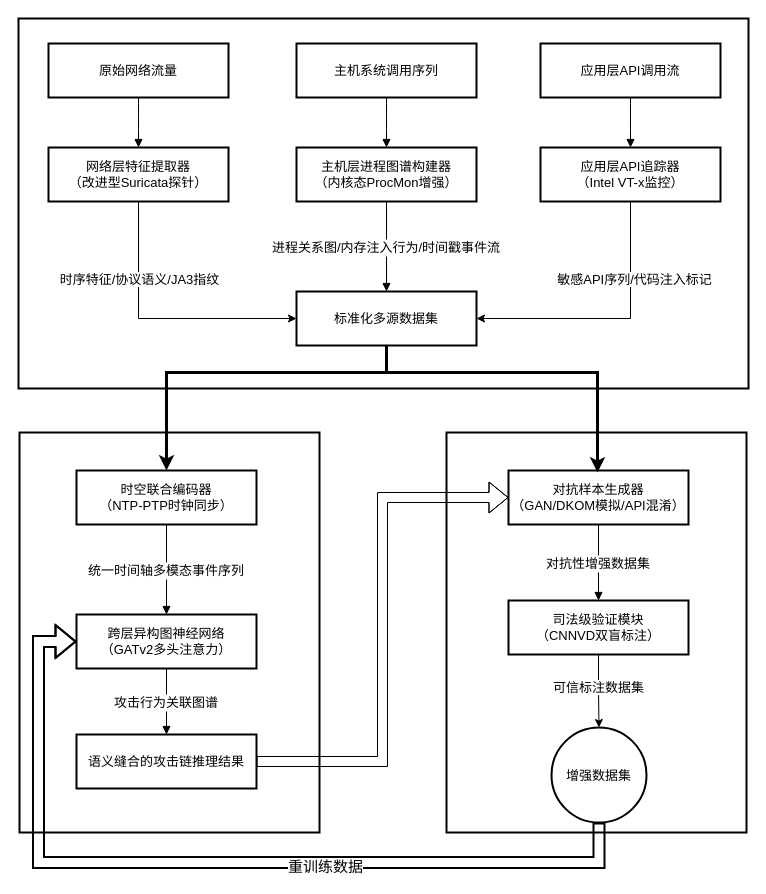
shanhuaV/shanhuaV.github.io keeps this draw.io diagram as 多源数据攻击行为表征与关联分析.drawio. Above is the earlier version. Source tidied: cells renumbered, new cells numbered last; positions are measured from the earlier drawing's top-left corner, leaving out a move shared by most shapes. Both pictures are drawn from the tidied source at 100%, with x=0, y=0 at pixel (18, 18).
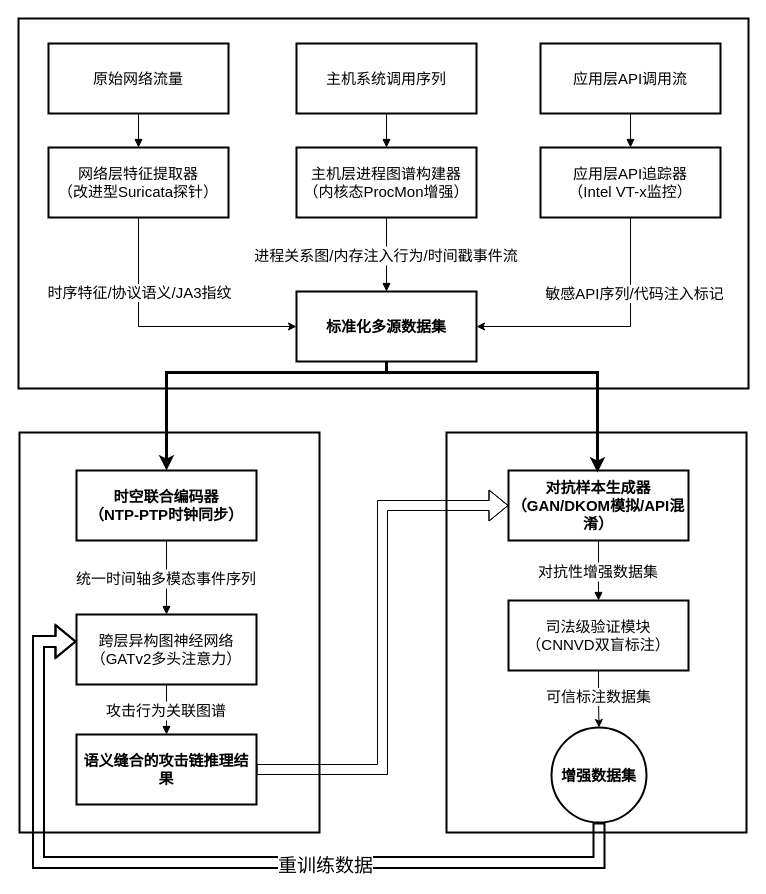
The same diagram, later.

Commit message:
更新多源数据攻击行为表征与关联分析.drawio

Change to the diagram source:
```diff
@@
-    <mxCell id="2" style="whiteSpace=wrap;strokeWidth=2;fontSize=13;" parent="1" vertex="1">
+    <mxCell id="2" style="whiteSpace=wrap;strokeWidth=2;fontSize=15;" parent="1" vertex="1">
       <mxGeometry x="1" y="414" width="300" height="400" as="geometry" />
     </mxCell>
-    <mxCell id="3" style="whiteSpace=wrap;strokeWidth=2;fontSize=13;" parent="1" vertex="1">
+    <mxCell id="3" style="whiteSpace=wrap;strokeWidth=2;fontSize=15;" parent="1" vertex="1">
       <mxGeometry x="428" y="414" width="300" height="400" as="geometry" />
     </mxCell>
-    <mxCell id="4" style="whiteSpace=wrap;strokeWidth=2;fontSize=13;" parent="1" vertex="1">
+    <mxCell id="4" style="whiteSpace=wrap;strokeWidth=2;fontSize=15;" parent="1" vertex="1">
       <mxGeometry width="730" height="370" as="geometry" />
     </mxCell>
-    <mxCell id="5" value="原始网络流量" style="whiteSpace=wrap;strokeWidth=2;fontSize=13;" parent="1" vertex="1">
-      <mxGeometry x="30" y="25" width="180" height="54" as="geometry" />
+    <mxCell id="5" value="原始网络流量" style="whiteSpace=wrap;strokeWidth=2;fontSize=15;" parent="1" vertex="1">
+      <mxGeometry x="30" y="25" width="180" height="70" as="geometry" />
     </mxCell>
-    <mxCell id="6" style="edgeStyle=orthogonalEdgeStyle;rounded=0;jettySize=auto;html=1;entryX=0;entryY=0.5;entryDx=0;entryDy=0;exitX=0.5;exitY=1;exitDx=0;exitDy=0;fontSize=13;" parent="1" edge="1" source="8" target="10">
+    <mxCell id="6" style="edgeStyle=orthogonalEdgeStyle;rounded=0;jettySize=auto;html=1;entryX=0;entryY=0.5;entryDx=0;entryDy=0;exitX=0.5;exitY=1;exitDx=0;exitDy=0;fontSize=15;" parent="1" edge="1" source="8" target="10">
       <mxGeometry relative="1" as="geometry" />
     </mxCell>
-    <mxCell id="7" value="时序特征/协议语义/JA3指纹" style="edgeLabel;html=1;align=center;verticalAlign=middle;fontSize=13;" parent="6" vertex="1">
+    <mxCell id="7" value="时序特征/协议语义/JA3指纹" style="edgeLabel;html=1;align=center;verticalAlign=middle;fontSize=15;" parent="6" vertex="1">
       <mxGeometry x="-0.45" relative="1" as="geometry">
         <mxPoint y="1" as="offset" />
       </mxGeometry>
     </mxCell>
-    <mxCell id="8" value="网络层特征提取器&#10;（改进型Suricata探针）" style="whiteSpace=wrap;strokeWidth=2;fontSize=13;" parent="1" vertex="1">
-      <mxGeometry x="30" y="129" width="180" height="54" as="geometry" />
+    <mxCell id="8" value="网络层特征提取器&#10;（改进型Suricata探针）" style="whiteSpace=wrap;strokeWidth=2;fontSize=15;" parent="1" vertex="1">
+      <mxGeometry x="30" y="129" width="180" height="70" as="geometry" />
     </mxCell>
-    <mxCell id="9" style="edgeStyle=orthogonalEdgeStyle;rounded=0;jettySize=auto;html=1;strokeWidth=3;" parent="1" edge="1" source="10" target="17">
+    <mxCell id="9" style="edgeStyle=orthogonalEdgeStyle;rounded=0;jettySize=auto;html=1;strokeWidth=3;fontSize=15;" parent="1" edge="1" source="10" target="17">
       <mxGeometry relative="1" as="geometry">
         <Array as="points">
           <mxPoint x="368" y="354" />
           <mxPoint x="148" y="354" />
         </Array>
       </mxGeometry>
     </mxCell>
-    <mxCell id="10" value="标准化多源数据集" style="whiteSpace=wrap;strokeWidth=2;fontSize=13;" parent="1" vertex="1">
-      <mxGeometry x="278" y="273" width="180" height="54" as="geometry" />
+    <mxCell id="10" value="标准化多源数据集" style="whiteSpace=wrap;strokeWidth=2;fontSize=15;fontStyle=1;" parent="1" vertex="1">
+      <mxGeometry x="278" y="273" width="180" height="70" as="geometry" />
     </mxCell>
-    <mxCell id="11" value="主机系统调用序列" style="whiteSpace=wrap;strokeWidth=2;fontSize=13;" parent="1" vertex="1">
-      <mxGeometry x="278" y="25" width="180" height="54" as="geometry" />
+    <mxCell id="11" value="主机系统调用序列" style="whiteSpace=wrap;strokeWidth=2;fontSize=15;" parent="1" vertex="1">
+      <mxGeometry x="278" y="25" width="180" height="70" as="geometry" />
     </mxCell>
-    <mxCell id="12" value="主机层进程图谱构建器&#10;（内核态ProcMon增强）" style="whiteSpace=wrap;strokeWidth=2;fontSize=13;" parent="1" vertex="1">
-      <mxGeometry x="278" y="129" width="180" height="54" as="geometry" />
+    <mxCell id="12" value="主机层进程图谱构建器&#10;（内核态ProcMon增强）" style="whiteSpace=wrap;strokeWidth=2;fontSize=15;" parent="1" vertex="1">
+      <mxGeometry x="278" y="129" width="180" height="70" as="geometry" />
     </mxCell>
-    <mxCell id="13" value="应用层API调用流" style="whiteSpace=wrap;strokeWidth=2;fontSize=13;" parent="1" vertex="1">
-      <mxGeometry x="522" y="25" width="180" height="54" as="geometry" />
+    <mxCell id="13" value="应用层API调用流" style="whiteSpace=wrap;strokeWidth=2;fontSize=15;" parent="1" vertex="1">
+      <mxGeometry x="522" y="25" width="180" height="70" as="geometry" />
     </mxCell>
-    <mxCell id="14" style="edgeStyle=orthogonalEdgeStyle;rounded=0;jettySize=auto;html=1;entryX=1;entryY=0.5;entryDx=0;entryDy=0;exitX=0.5;exitY=1;exitDx=0;exitDy=0;fontSize=13;" parent="1" edge="1" source="16" target="10">
+    <mxCell id="14" style="edgeStyle=orthogonalEdgeStyle;rounded=0;jettySize=auto;html=1;entryX=1;entryY=0.5;entryDx=0;entryDy=0;exitX=0.5;exitY=1;exitDx=0;exitDy=0;fontSize=15;" parent="1" edge="1" source="16" target="10">
       <mxGeometry relative="1" as="geometry" />
     </mxCell>
-    <mxCell id="15" value="敏感API序列/代码注入标记" style="edgeLabel;html=1;align=center;verticalAlign=middle;fontSize=13;" parent="14" vertex="1">
+    <mxCell id="15" value="敏感API序列/代码注入标记" style="edgeLabel;html=1;align=center;verticalAlign=middle;fontSize=15;" parent="14" vertex="1">
       <mxGeometry x="-0.44" y="3" relative="1" as="geometry">
         <mxPoint y="1" as="offset" />
       </mxGeometry>
     </mxCell>
-    <mxCell id="16" value="应用层API追踪器&#10;（Intel VT-x监控）" style="whiteSpace=wrap;strokeWidth=2;fontSize=13;" parent="1" vertex="1">
-      <mxGeometry x="522" y="129" width="180" height="54" as="geometry" />
+    <mxCell id="16" value="应用层API追踪器&#10;（Intel VT-x监控）" style="whiteSpace=wrap;strokeWidth=2;fontSize=15;" parent="1" vertex="1">
+      <mxGeometry x="522" y="129" width="180" height="70" as="geometry" />
     </mxCell>
-    <mxCell id="17" value="时空联合编码器&#10;（NTP-PTP时钟同步）" style="whiteSpace=wrap;strokeWidth=2;fontSize=13;" parent="1" vertex="1">
-      <mxGeometry x="58" y="452" width="180" height="54" as="geometry" />
+    <mxCell id="17" value="时空联合编码器&#10;（NTP-PTP时钟同步）" style="whiteSpace=wrap;strokeWidth=2;fontSize=15;fontStyle=1;" parent="1" vertex="1">
+      <mxGeometry x="58" y="452" width="180" height="70" as="geometry" />
     </mxCell>
-    <mxCell id="18" value="跨层异构图神经网络&#10;（GATv2多头注意力）" style="whiteSpace=wrap;strokeWidth=2;fontSize=13;" parent="1" vertex="1">
-      <mxGeometry x="58" y="596" width="180" height="54" as="geometry" />
+    <mxCell id="18" value="跨层异构图神经网络&#10;（GATv2多头注意力）" style="whiteSpace=wrap;strokeWidth=2;fontSize=15;" parent="1" vertex="1">
+      <mxGeometry x="58" y="596" width="180" height="70" as="geometry" />
     </mxCell>
-    <mxCell id="19" style="edgeStyle=orthogonalEdgeStyle;rounded=0;jettySize=auto;html=1;entryX=0;entryY=0.5;entryDx=0;entryDy=0;shape=flexArrow;fontSize=13;" parent="1" edge="1" source="20" target="21">
+    <mxCell id="19" style="edgeStyle=orthogonalEdgeStyle;rounded=0;jettySize=auto;html=1;entryX=0;entryY=0.5;entryDx=0;entryDy=0;shape=flexArrow;fontSize=15;" parent="1" edge="1" source="20" target="21">
       <mxGeometry relative="1" as="geometry" />
     </mxCell>
-    <mxCell id="20" value="语义缝合的攻击链推理结果" style="whiteSpace=wrap;strokeWidth=2;fontSize=13;" parent="1" vertex="1">
-      <mxGeometry x="58" y="716" width="180" height="54" as="geometry" />
+    <mxCell id="20" value="语义缝合的攻击链推理结果" style="whiteSpace=wrap;strokeWidth=2;fontSize=15;fontStyle=1;" parent="1" vertex="1">
+      <mxGeometry x="58" y="716" width="180" height="70" as="geometry" />
     </mxCell>
-    <mxCell id="21" value="对抗样本生成器&#10;（GAN/DKOM模拟/API混淆）" style="whiteSpace=wrap;strokeWidth=2;fontSize=13;" parent="1" vertex="1">
-      <mxGeometry x="490" y="452" width="180" height="54" as="geometry" />
+    <mxCell id="21" value="对抗样本生成器&#10;（GAN/DKOM模拟/API混淆）" style="whiteSpace=wrap;strokeWidth=2;fontSize=15;fontStyle=1;" parent="1" vertex="1">
+      <mxGeometry x="490" y="452" width="180" height="70" as="geometry" />
     </mxCell>
-    <mxCell id="22" style="edgeStyle=orthogonalEdgeStyle;rounded=0;jettySize=auto;html=1;entryX=0.5;entryY=0;entryDx=0;entryDy=0;fontSize=13;" parent="1" edge="1" source="24" target="27">
+    <mxCell id="22" style="edgeStyle=orthogonalEdgeStyle;rounded=0;jettySize=auto;html=1;entryX=0.5;entryY=0;entryDx=0;entryDy=0;fontSize=15;" parent="1" edge="1" source="24" target="27">
       <mxGeometry relative="1" as="geometry" />
     </mxCell>
-    <mxCell id="23" value="可信标注数据集" style="edgeLabel;html=1;align=center;verticalAlign=middle;fontSize=13;" parent="22" vertex="1">
+    <mxCell id="23" value="可信标注数据集" style="edgeLabel;html=1;align=center;verticalAlign=middle;fontSize=15;" parent="22" vertex="1">
       <mxGeometry x="-0.14" y="-1" relative="1" as="geometry" />
     </mxCell>
-    <mxCell id="24" value="司法级验证模块&#10;（CNNVD双盲标注）" style="whiteSpace=wrap;strokeWidth=2;fontSize=13;" parent="1" vertex="1">
-      <mxGeometry x="490" y="582" width="180" height="54" as="geometry" />
+    <mxCell id="24" value="司法级验证模块&#10;（CNNVD双盲标注）" style="whiteSpace=wrap;strokeWidth=2;fontSize=15;" parent="1" vertex="1">
+      <mxGeometry x="490" y="582" width="180" height="70" as="geometry" />
     </mxCell>
-    <mxCell id="25" style="edgeStyle=orthogonalEdgeStyle;rounded=0;jettySize=auto;html=1;entryX=0;entryY=0.5;entryDx=0;entryDy=0;shape=flexArrow;strokeWidth=2;fontSize=13;" parent="1" edge="1" source="27" target="18">
+    <mxCell id="25" style="edgeStyle=orthogonalEdgeStyle;rounded=0;jettySize=auto;html=1;shape=flexArrow;strokeWidth=2;fontSize=15;" parent="1" edge="1" source="27" target="18">
       <mxGeometry relative="1" as="geometry">
         <Array as="points">
           <mxPoint x="580" y="844" />
           <mxPoint x="20" y="844" />
           <mxPoint x="20" y="623" />
         </Array>
       </mxGeometry>
     </mxCell>
-    <mxCell id="26" value="重训练数据" style="edgeLabel;html=1;align=center;verticalAlign=middle;fontSize=15;" parent="25" vertex="1">
+    <mxCell id="26" value="重训练数据" style="edgeLabel;html=1;align=center;verticalAlign=middle;fontSize=19;" parent="25" vertex="1">
       <mxGeometry x="-0.27" y="3" relative="1" as="geometry" />
     </mxCell>
-    <mxCell id="27" value="增强数据集" style="ellipse;strokeWidth=2;whiteSpace=wrap;fontSize=13;" parent="1" vertex="1">
+    <mxCell id="27" value="增强数据集" style="ellipse;strokeWidth=2;whiteSpace=wrap;fontSize=15;fontStyle=1;" parent="1" vertex="1">
       <mxGeometry x="533" y="709" width="95" height="95" as="geometry" />
     </mxCell>
-    <mxCell id="28" style="whiteSpace=wrap;strokeWidth=2;fontSize=13;" parent="1" vertex="1">
+    <mxCell id="28" style="whiteSpace=wrap;strokeWidth=2;fontSize=15;" parent="1" vertex="1">
       <mxGeometry x="30" y="300" as="geometry" />
     </mxCell>
-    <mxCell id="29" style="whiteSpace=wrap;strokeWidth=2;fontSize=13;" parent="1" vertex="1">
+    <mxCell id="29" style="whiteSpace=wrap;strokeWidth=2;fontSize=15;" parent="1" vertex="1">
       <mxGeometry x="362" y="414" as="geometry" />
     </mxCell>
-    <mxCell id="30" style="whiteSpace=wrap;strokeWidth=2;fontSize=13;" parent="1" vertex="1">
+    <mxCell id="30" style="whiteSpace=wrap;strokeWidth=2;fontSize=15;" parent="1" vertex="1">
       <mxGeometry x="394" y="300" as="geometry" />
     </mxCell>
-    <mxCell id="31" style="whiteSpace=wrap;strokeWidth=2;fontSize=13;" parent="1" vertex="1">
+    <mxCell id="31" style="whiteSpace=wrap;strokeWidth=2;fontSize=15;" parent="1" vertex="1">
       <mxGeometry x="394" y="435" as="geometry" />
     </mxCell>
-    <mxCell id="32" style="whiteSpace=wrap;strokeWidth=2;fontSize=13;" parent="1" vertex="1">
+    <mxCell id="32" style="whiteSpace=wrap;strokeWidth=2;fontSize=15;" parent="1" vertex="1">
       <mxGeometry x="721" y="300" as="geometry" />
     </mxCell>
-    <mxCell id="33" style="whiteSpace=wrap;strokeWidth=2;fontSize=13;" parent="1" vertex="1">
+    <mxCell id="33" style="whiteSpace=wrap;strokeWidth=2;fontSize=15;" parent="1" vertex="1">
       <mxGeometry x="580" y="428" as="geometry" />
     </mxCell>
-    <mxCell id="34" style="whiteSpace=wrap;strokeWidth=2;fontSize=13;" parent="1" vertex="1">
+    <mxCell id="34" style="whiteSpace=wrap;strokeWidth=2;fontSize=15;" parent="1" vertex="1">
       <mxGeometry x="212" y="638" as="geometry" />
     </mxCell>
-    <mxCell id="35" style="whiteSpace=wrap;strokeWidth=2;fontSize=13;" parent="1" vertex="1">
+    <mxCell id="35" style="whiteSpace=wrap;strokeWidth=2;fontSize=15;" parent="1" vertex="1">
       <mxGeometry x="230" y="764" as="geometry" />
     </mxCell>
-    <mxCell id="36" style="whiteSpace=wrap;strokeWidth=2;fontSize=13;" parent="1" vertex="1">
+    <mxCell id="36" style="whiteSpace=wrap;strokeWidth=2;fontSize=15;" parent="1" vertex="1">
       <mxGeometry y="764" as="geometry" />
     </mxCell>
-    <mxCell id="37" style="whiteSpace=wrap;strokeWidth=2;fontSize=13;" parent="1" vertex="1">
+    <mxCell id="37" style="whiteSpace=wrap;strokeWidth=2;fontSize=15;" parent="1" vertex="1">
       <mxGeometry x="653" y="643" as="geometry" />
     </mxCell>
-    <mxCell id="38" style="whiteSpace=wrap;strokeWidth=2;fontSize=13;" parent="1" vertex="1">
+    <mxCell id="38" style="whiteSpace=wrap;strokeWidth=2;fontSize=15;" parent="1" vertex="1">
       <mxGeometry x="708" y="790" as="geometry" />
     </mxCell>
-    <mxCell id="39" style="whiteSpace=wrap;strokeWidth=2;fontSize=13;" parent="1" vertex="1">
+    <mxCell id="39" style="whiteSpace=wrap;strokeWidth=2;fontSize=15;" parent="1" vertex="1">
       <mxGeometry x="465" y="790" as="geometry" />
     </mxCell>
-    <mxCell id="40" style="curved=1;startArrow=none;endArrow=block;exitX=0.5;exitY=1;entryX=0.5;entryY=0;rounded=0;fontSize=13;" parent="1" edge="1" source="5" target="8">
+    <mxCell id="40" style="curved=1;startArrow=none;endArrow=block;exitX=0.5;exitY=1;entryX=0.5;entryY=0;rounded=0;fontSize=15;" parent="1" edge="1" source="5" target="8">
       <mxGeometry relative="1" as="geometry" />
     </mxCell>
-    <mxCell id="41" style="curved=1;startArrow=none;endArrow=block;exitX=0.5;exitY=1;entryX=0.5;entryY=0;rounded=0;fontSize=13;" parent="1" edge="1" source="11" target="12">
+    <mxCell id="41" style="curved=1;startArrow=none;endArrow=block;exitX=0.5;exitY=1;entryX=0.5;entryY=0;rounded=0;fontSize=15;" parent="1" edge="1" source="11" target="12">
       <mxGeometry relative="1" as="geometry" />
     </mxCell>
-    <mxCell id="42" value="进程关系图/内存注入行为/时间戳事件流" style="startArrow=none;endArrow=block;exitX=0.5;exitY=1;entryX=0.5;entryY=0;rounded=0;exitDx=0;exitDy=0;fontSize=13;" parent="1" edge="1" source="12" target="10">
+    <mxCell id="42" value="进程关系图/内存注入行为/时间戳事件流" style="startArrow=none;endArrow=block;exitX=0.5;exitY=1;entryX=0.5;entryY=0;rounded=0;exitDx=0;exitDy=0;fontSize=15;" parent="1" edge="1" source="12" target="10">
       <mxGeometry relative="1" as="geometry" />
     </mxCell>
-    <mxCell id="43" style="curved=1;startArrow=none;endArrow=block;exitX=0.5;exitY=1;entryX=0.5;entryY=0;rounded=0;fontSize=13;" parent="1" edge="1" source="13" target="16">
+    <mxCell id="43" style="curved=1;startArrow=none;endArrow=block;exitX=0.5;exitY=1;entryX=0.5;entryY=0;rounded=0;fontSize=15;" parent="1" edge="1" source="13" target="16">
       <mxGeometry relative="1" as="geometry" />
     </mxCell>
-    <mxCell id="44" value="统一时间轴多模态事件序列" style="startArrow=none;endArrow=block;exitX=0.5;exitY=1;entryX=0.5;entryY=-0.01;rounded=0;fontSize=13;exitDx=0;exitDy=0;" parent="1" edge="1" source="17" target="18">
+    <mxCell id="44" value="统一时间轴多模态事件序列" style="startArrow=none;endArrow=block;exitX=0.5;exitY=1;entryX=0.5;entryY=-0.01;rounded=0;fontSize=15;exitDx=0;exitDy=0;" parent="1" edge="1" source="17" target="18">
       <mxGeometry relative="1" as="geometry" />
     </mxCell>
-    <mxCell id="45" value="攻击行为关联图谱" style="startArrow=none;endArrow=block;exitX=0.5;exitY=1;entryX=0.5;entryY=0;rounded=0;fontSize=13;exitDx=0;exitDy=0;" parent="1" edge="1" source="18" target="20">
+    <mxCell id="45" value="攻击行为关联图谱" style="startArrow=none;endArrow=block;exitX=0.5;exitY=1;entryX=0.5;entryY=0;rounded=0;fontSize=15;exitDx=0;exitDy=0;" parent="1" edge="1" source="18" target="20">
       <mxGeometry relative="1" as="geometry" />
     </mxCell>
-    <mxCell id="46" value="对抗性增强数据集" style="startArrow=none;endArrow=block;exitX=0.5;exitY=1;entryX=0.5;entryY=-0.01;rounded=0;exitDx=0;exitDy=0;fontSize=13;" parent="1" edge="1" source="21" target="24">
+    <mxCell id="46" value="对抗性增强数据集" style="startArrow=none;endArrow=block;exitX=0.5;exitY=1;entryX=0.5;entryY=-0.01;rounded=0;exitDx=0;exitDy=0;fontSize=15;" parent="1" edge="1" source="21" target="24">
       <mxGeometry relative="1" as="geometry" />
     </mxCell>
-    <mxCell id="47" style="edgeStyle=orthogonalEdgeStyle;rounded=0;jettySize=auto;html=1;strokeWidth=3;" parent="1" edge="1" source="10">
+    <mxCell id="47" style="edgeStyle=orthogonalEdgeStyle;rounded=0;jettySize=auto;html=1;strokeWidth=3;fontSize=15;" parent="1" edge="1" source="10">
       <mxGeometry relative="1" as="geometry">
         <mxPoint x="579" y="454" as="targetPoint" />
         <Array as="points">
           <mxPoint x="368" y="354" />
           <mxPoint x="579" y="354" />
         </Array>
       </mxGeometry>
     </mxCell>
```
